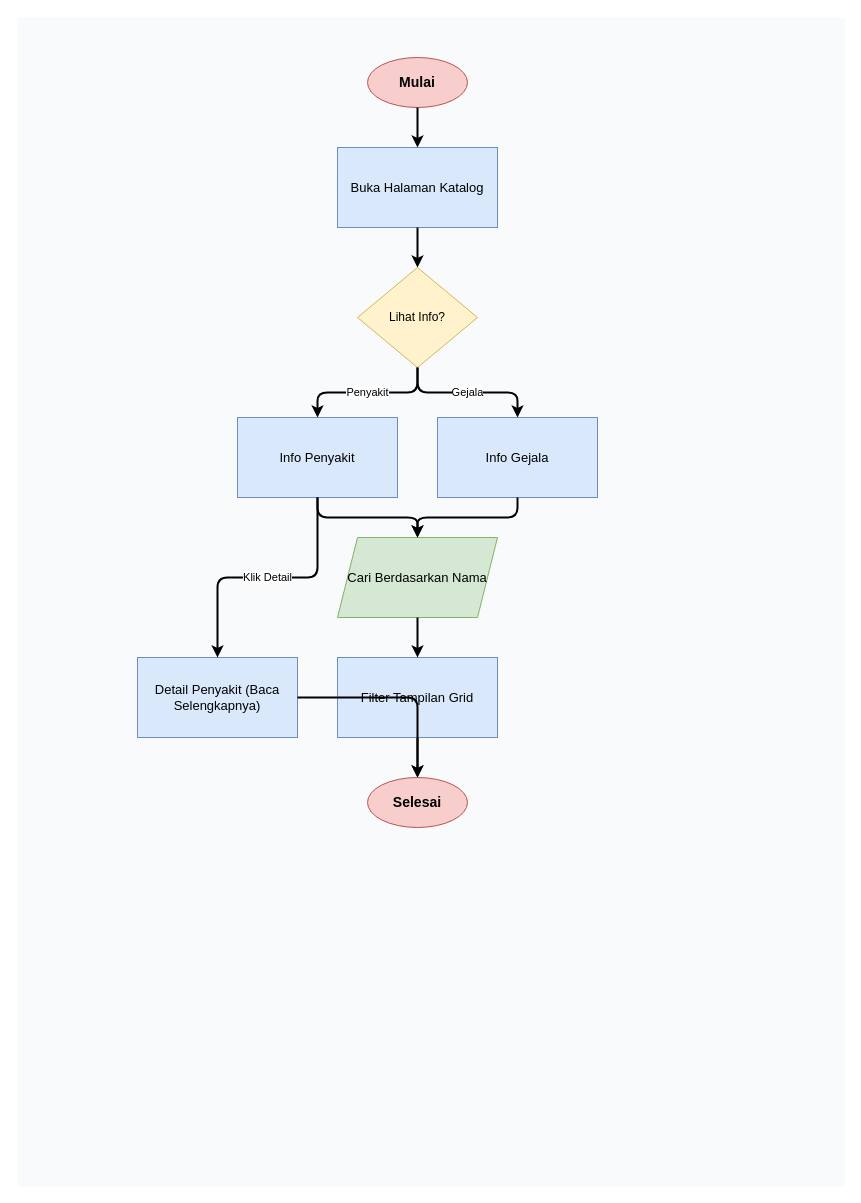
This is diagram/flowchart/katalog.drawio from Jinsky/Jinsky, a draw.io file, before an edit. Source tidied: cells renumbered, new cells numbered last; positions are measured from the earlier drawing's top-left corner, leaving out a move shared by most shapes. Both pictures are drawn from the tidied source at 100%, with x=0, y=0 at pixel (17, 17).
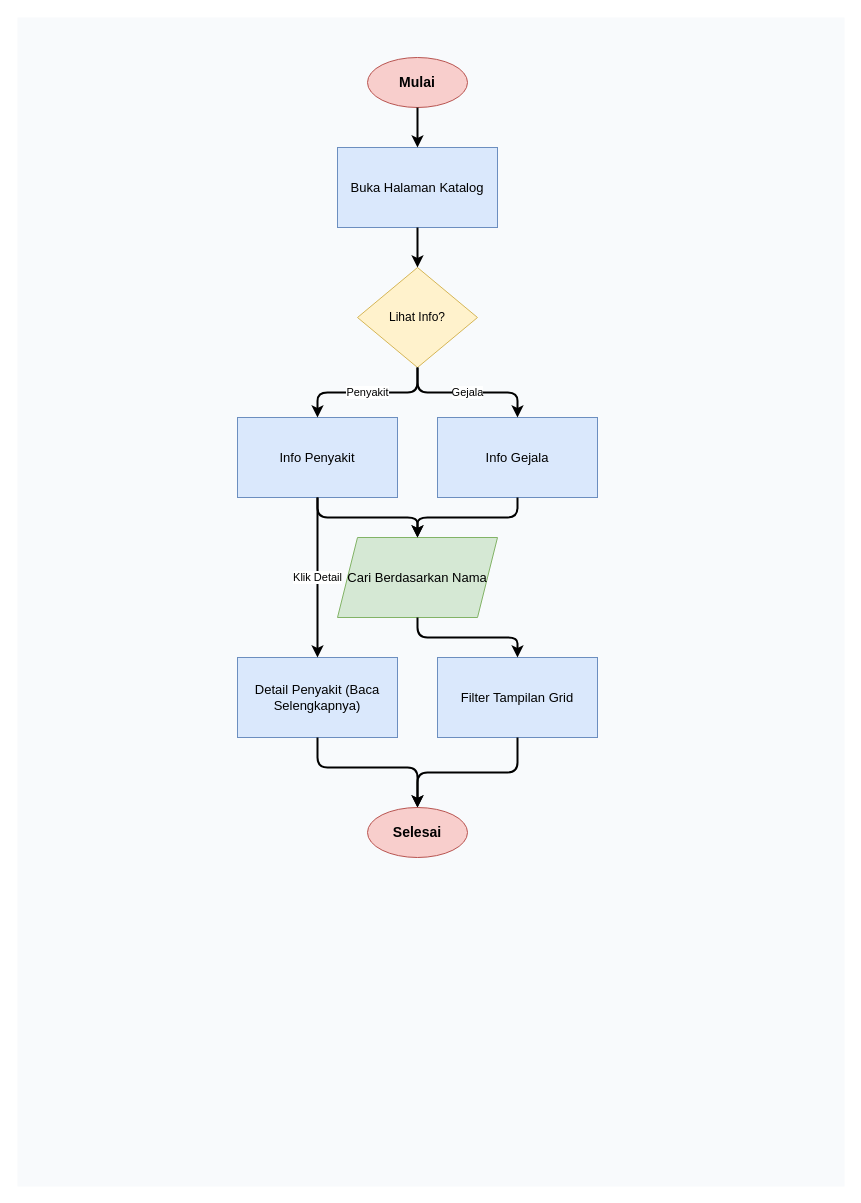
Above is the later version.

Diff of the diagram source:
```diff
@@
     <mxCell id="9" value="Filter Tampilan Grid" style="rounded=0;whiteSpace=wrap;html=1;fillColor=#dae8fc;strokeColor=#6c8ebf;fontSize=13;" parent="1" vertex="1">
-      <mxGeometry x="320" y="640" width="160" height="80" as="geometry" />
+      <mxGeometry x="420" y="640" width="160" height="80" as="geometry" />
     </mxCell>
     <mxCell id="10" value="Detail Penyakit (Baca Selengkapnya)" style="rounded=0;whiteSpace=wrap;html=1;fillColor=#dae8fc;strokeColor=#6c8ebf;fontSize=13;" parent="1" vertex="1">
-      <mxGeometry x="120" y="640" width="160" height="80" as="geometry" />
+      <mxGeometry x="220" y="640" width="160" height="80" as="geometry" />
     </mxCell>
     <mxCell id="11" value="Selesai" style="ellipse;whiteSpace=wrap;html=1;fillColor=#f8cecc;strokeColor=#b85450;fontStyle=1;fontSize=14;" parent="1" vertex="1">
-      <mxGeometry x="350" y="760" width="100" height="50" as="geometry" />
+      <mxGeometry x="350" y="790" width="100" height="50" as="geometry" />
     </mxCell>
@@
-    <mxCell id="21" style="edgeStyle=orthogonalEdgeStyle;rounded=1;jettySize=auto;html=1;strokeWidth=2;fontSize=11;" parent="1" edge="1" source="10" target="11">
-      <mxGeometry relative="1" as="geometry" />
+    <mxCell id="21" style="edgeStyle=orthogonalEdgeStyle;rounded=1;jettySize=auto;html=1;strokeWidth=2;fontSize=11;exitX=0.5;exitY=1;exitDx=0;exitDy=0;" parent="1" edge="1" source="10" target="11">
+      <mxGeometry relative="1" as="geometry">
+        <Array as="points">
+          <mxPoint x="300" y="750" />
+          <mxPoint x="400" y="750" />
+        </Array>
+      </mxGeometry>
     </mxCell>
```
